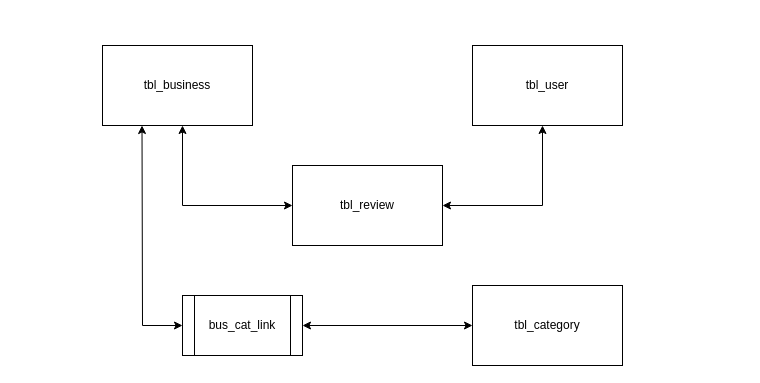
The draw.io diagram providentia-report/drawio/relational-database.drawio in DavidBakerEffendi/providentia, before the edit. Source tidied: cells renumbered, new cells numbered last; positions are measured from the earlier drawing's top-left corner, leaving out a move shared by most shapes. Both pictures are drawn from the tidied source at 100%, with x=0, y=0 at pixel (102, 45).
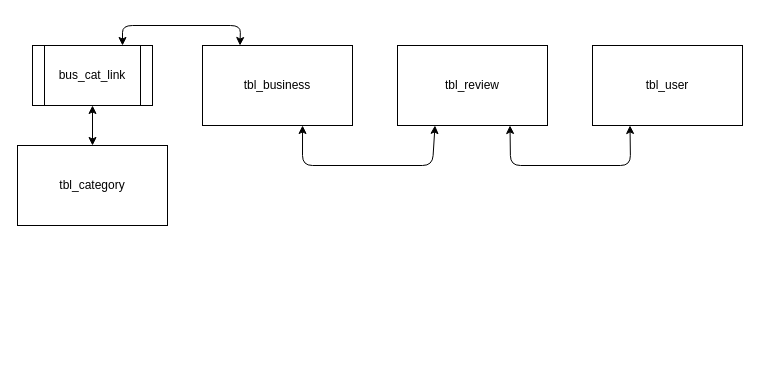
The same page after the edit.

What changed in the source:
```diff
@@
 <mxGraphModel>
   <root>
     <mxCell id="0" />
     <mxCell id="1" parent="0" />
     <mxCell id="2" value="tbl_business" style="rounded=0;whiteSpace=wrap;html=1;" parent="1" vertex="1">
-      <mxGeometry width="150" height="80" as="geometry" />
+      <mxGeometry x="100" width="150" height="80" as="geometry" />
     </mxCell>
     <mxCell id="3" value="tbl_user" style="rounded=0;whiteSpace=wrap;html=1;" parent="1" vertex="1">
-      <mxGeometry x="370" width="150" height="80" as="geometry" />
+      <mxGeometry x="490" width="150" height="80" as="geometry" />
     </mxCell>
     <mxCell id="4" value="tbl_review" style="rounded=0;whiteSpace=wrap;html=1;" parent="1" vertex="1">
-      <mxGeometry x="190" y="120" width="150" height="80" as="geometry" />
+      <mxGeometry x="295" width="150" height="80" as="geometry" />
     </mxCell>
-    <mxCell id="5" style="endArrow=classic;html=1;entryX=0;entryY=0.5;entryDx=0;entryDy=0;" parent="1" edge="1" target="4">
-      <mxGeometry relative="1" as="geometry">
-        <mxPoint x="80" y="160" as="sourcePoint" />
-      </mxGeometry>
-    </mxCell>
-    <mxCell id="6" style="endArrow=classic;html=1;" parent="1" edge="1" target="4">
-      <mxGeometry relative="1" as="geometry">
-        <mxPoint x="440" y="160" as="sourcePoint" />
-      </mxGeometry>
-    </mxCell>
     <mxCell id="7" value="bus_cat_link" style="shape=process;whiteSpace=wrap;html=1;backgroundOutline=1;" parent="1" vertex="1">
-      <mxGeometry x="80" y="250" width="120" height="60" as="geometry" />
+      <mxGeometry x="-70" width="120" height="60" as="geometry" />
     </mxCell>
     <mxCell id="8" value="tbl_category" style="rounded=0;whiteSpace=wrap;html=1;" parent="1" vertex="1">
-      <mxGeometry x="370" y="240" width="150" height="80" as="geometry" />
+      <mxGeometry x="-85" y="100" width="150" height="80" as="geometry" />
     </mxCell>
-    <mxCell id="9" style="endArrow=classic;html=1;entryX=0;entryY=0.5;entryDx=0;entryDy=0;" parent="1" edge="1" target="7">
-      <mxGeometry relative="1" as="geometry">
-        <mxPoint x="40" y="280" as="sourcePoint" />
-      </mxGeometry>
-    </mxCell>
-    <mxCell id="10" style="endArrow=classic;startArrow=classic;html=1;entryX=0;entryY=0.5;entryDx=0;entryDy=0;" parent="1" edge="1" source="7" target="8">
+    <mxCell id="10" style="endArrow=classic;startArrow=classic;html=1;" parent="1" edge="1" source="7" target="8">
       <mxGeometry relative="1" as="geometry" />
     </mxCell>
-    <mxCell id="11" style="endArrow=classic;html=1;entryX=0.25;entryY=1;entryDx=0;entryDy=0;" parent="1" edge="1">
-      <mxGeometry relative="1" as="geometry">
-        <mxPoint x="40" y="280" as="sourcePoint" />
-        <mxPoint x="39.5" y="80" as="targetPoint" />
-      </mxGeometry>
-    </mxCell>
-    <mxCell id="12" style="endArrow=classic;html=1;" parent="1" edge="1">
-      <mxGeometry relative="1" as="geometry">
-        <mxPoint x="80" y="160" as="sourcePoint" />
-        <mxPoint x="80" y="80" as="targetPoint" />
-      </mxGeometry>
-    </mxCell>
-    <mxCell id="13" style="endArrow=classic;html=1;" parent="1" edge="1">
-      <mxGeometry relative="1" as="geometry">
-        <mxPoint x="440" y="160" as="sourcePoint" />
-        <mxPoint x="440" y="80" as="targetPoint" />
-      </mxGeometry>
-    </mxCell>
+    <mxCell id="14" style="endArrow=classic;startArrow=classic;html=1;entryX=0.25;entryY=1;entryDx=0;entryDy=0;exitX=0.667;exitY=1;exitDx=0;exitDy=0;exitPerimeter=0;" parent="1" edge="1" source="2" target="4">
+      <mxGeometry relative="1" as="geometry">
+        <Array as="points">
+          <mxPoint x="200" y="120" />
+          <mxPoint x="330" y="120" />
+        </Array>
+      </mxGeometry>
+    </mxCell>
+    <mxCell id="15" style="endArrow=classic;startArrow=classic;html=1;entryX=0.25;entryY=1;entryDx=0;entryDy=0;exitX=0.75;exitY=1;exitDx=0;exitDy=0;" parent="1" edge="1" source="4" target="3">
+      <mxGeometry relative="1" as="geometry">
+        <Array as="points">
+          <mxPoint x="408" y="120" />
+          <mxPoint x="528" y="120" />
+        </Array>
+      </mxGeometry>
+    </mxCell>
+    <mxCell id="16" style="endArrow=classic;startArrow=classic;html=1;entryX=0.25;entryY=0;entryDx=0;entryDy=0;exitX=0.75;exitY=0;exitDx=0;exitDy=0;" parent="1" edge="1" source="7" target="2">
+      <mxGeometry relative="1" as="geometry">
+        <Array as="points">
+          <mxPoint x="20" y="-20" />
+          <mxPoint x="138" y="-20" />
+        </Array>
+      </mxGeometry>
+    </mxCell>
   </root>
 </mxGraphModel>
```
